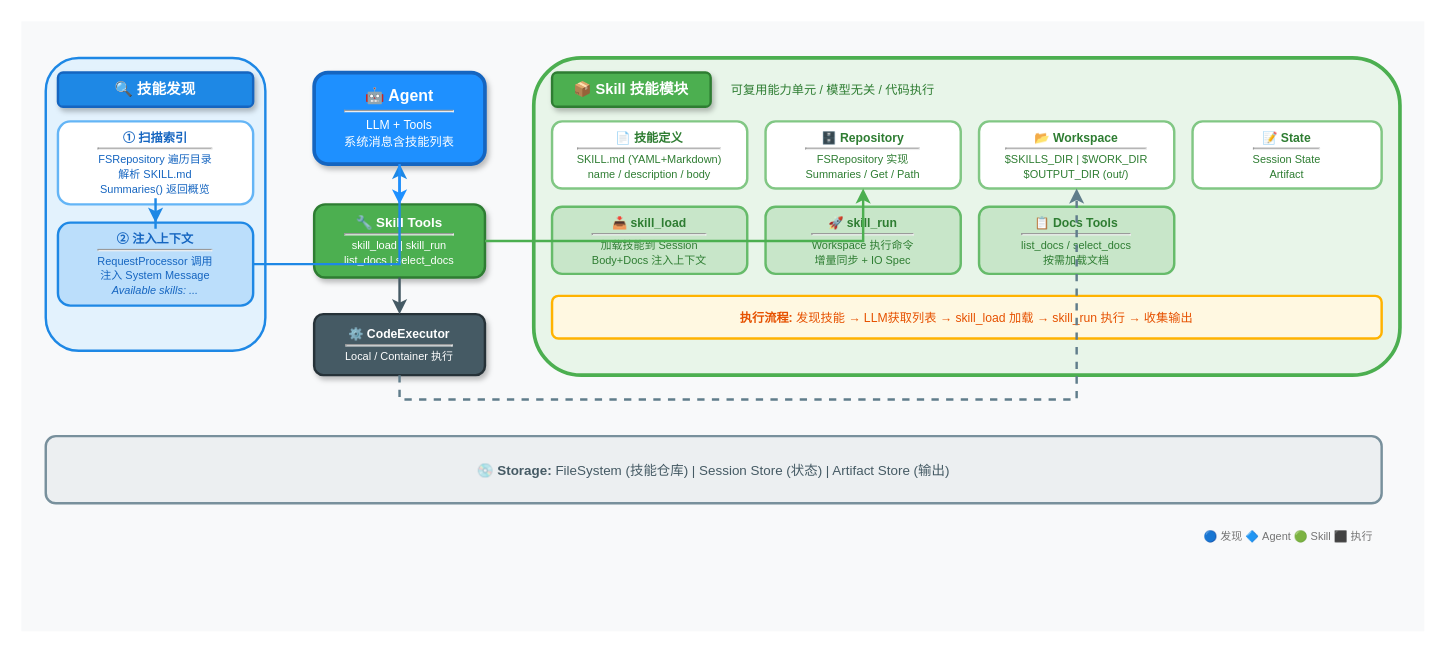
Before: skill/skill_architecture.drawio in sandyskies/trpc-agent-go, a draw.io diagram. Source tidied: cells renumbered, new cells numbered last; positions are measured from the earlier drawing's top-left corner, leaving out a move shared by most shapes. Both pictures are drawn from the tidied source at 122%, with x=0, y=0 at pixel (21, 21).
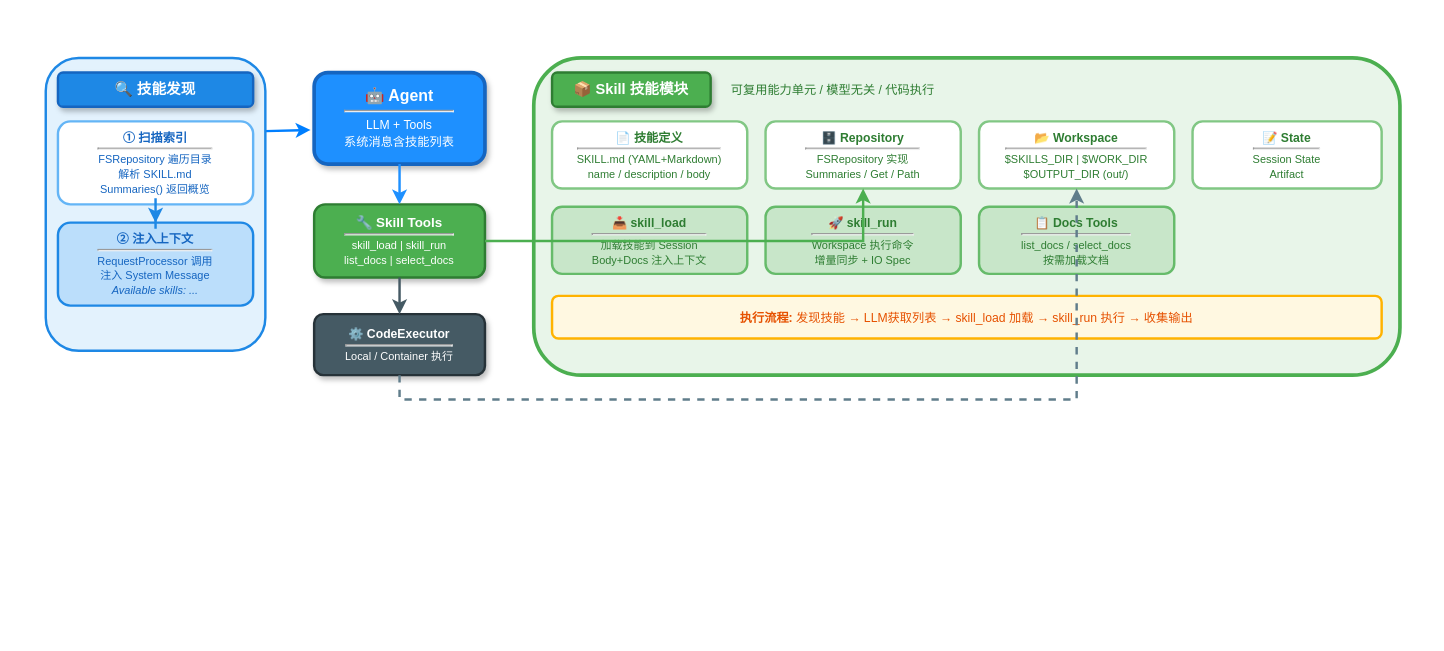
The same page after the edit.

Unchanged cells that the change refers to:
```xml
<mxCell id="3" style="rounded=1;whiteSpace=wrap;html=1;fillColor=#E3F2FD;strokeColor=#1E88E5;strokeWidth=2;fontFamily=PingFang SC;" parent="1" vertex="1">
  <mxGeometry x="20" y="30" width="180" height="240" as="geometry" />
</mxCell>
<mxCell id="6" value="&lt;b&gt;② 注入上下文&lt;/b&gt;&lt;hr style=&quot;margin:2px 0&quot;&gt;&lt;font style=&quot;font-size:9px&quot;&gt;RequestProcessor 调用&lt;br&gt;注入 System Message&lt;br&gt;&lt;i&gt;Available skills: ...&lt;/i&gt;&lt;/font&gt;" style="rounded=1;whiteSpace=wrap;html=1;fillColor=#BBDEFB;strokeColor=#1E88E5;fontSize=10;align=center;fontColor=#1565C0;strokeWidth=2;fontFamily=PingFang SC;" parent="1" vertex="1">
  <mxGeometry x="30" y="165" width="160" height="68" as="geometry" />
</mxCell>
<mxCell id="8" value="&lt;b style=&quot;font-size:13px&quot;&gt;🤖 Agent&lt;/b&gt;&lt;hr style=&quot;margin:3px 0&quot;&gt;&lt;font style=&quot;font-size:10px&quot;&gt;LLM + Tools&lt;br&gt;系统消息含技能列表&lt;/font&gt;" style="rounded=1;whiteSpace=wrap;html=1;fillColor=#1E90FF;strokeColor=#1565C0;fontSize=12;align=center;fontColor=#ffffff;shadow=1;strokeWidth=3;fontFamily=PingFang SC;" parent="1" vertex="1">
  <mxGeometry x="240" y="42" width="140" height="75" as="geometry" />
</mxCell>
```

The edit, as a diff of the source:
```diff
@@
-    <mxCell id="2" style="rounded=0;whiteSpace=wrap;html=1;fillColor=#f8f9fa;strokeColor=none;fontFamily=PingFang SC;" parent="1" vertex="1">
-      <mxGeometry width="1150" height="500" as="geometry" />
-    </mxCell>
+    <mxCell id="30" style="edgeStyle=none;html=1;strokeWidth=2;strokeColor=#007FFF;exitX=1;exitY=0.25;exitDx=0;exitDy=0;entryX=-0.021;entryY=0.627;entryDx=0;entryDy=0;entryPerimeter=0;" parent="1" edge="1" source="3" target="8">
+      <mxGeometry relative="1" as="geometry" />
+    </mxCell>
@@
-    <mxCell id="22" style="edgeStyle=orthogonalEdgeStyle;rounded=0;jettySize=auto;html=1;endArrow=classic;endFill=1;strokeWidth=2;strokeColor=#1E88E5;fontFamily=PingFang SC;" parent="1" edge="1" source="6" target="8">
-      <mxGeometry relative="1" as="geometry" />
-    </mxCell>
@@
-    <mxCell id="27" style="rounded=1;whiteSpace=wrap;html=1;fillColor=#ECEFF1;strokeColor=#78909C;strokeWidth=2;fontFamily=PingFang SC;" parent="1" vertex="1">
-      <mxGeometry x="20" y="340" width="1095" height="55" as="geometry" />
-    </mxCell>
-    <mxCell id="28" value="&lt;b&gt;💿 Storage:&lt;/b&gt; FileSystem (技能仓库) | Session Store (状态) | Artifact Store (输出)" style="text;html=1;strokeColor=none;fillColor=none;align=center;verticalAlign=middle;whiteSpace=wrap;rounded=0;fontSize=11;fontColor=#455A64;fontFamily=PingFang SC;" parent="1" vertex="1">
-      <mxGeometry x="20" y="350" width="1095" height="35" as="geometry" />
-    </mxCell>
-    <mxCell id="29" value="&lt;font style=&quot;font-size:9px&quot;&gt;🔵 发现  🔷 Agent  🟢 Skill  ⬛ 执行&lt;/font&gt;" style="text;html=1;strokeColor=none;fillColor=none;align=right;verticalAlign=middle;whiteSpace=wrap;rounded=0;fontSize=9;fontColor=#757575;fontFamily=PingFang SC;" parent="1" vertex="1">
-      <mxGeometry x="890" y="410" width="220" height="25" as="geometry" />
-    </mxCell>
```
